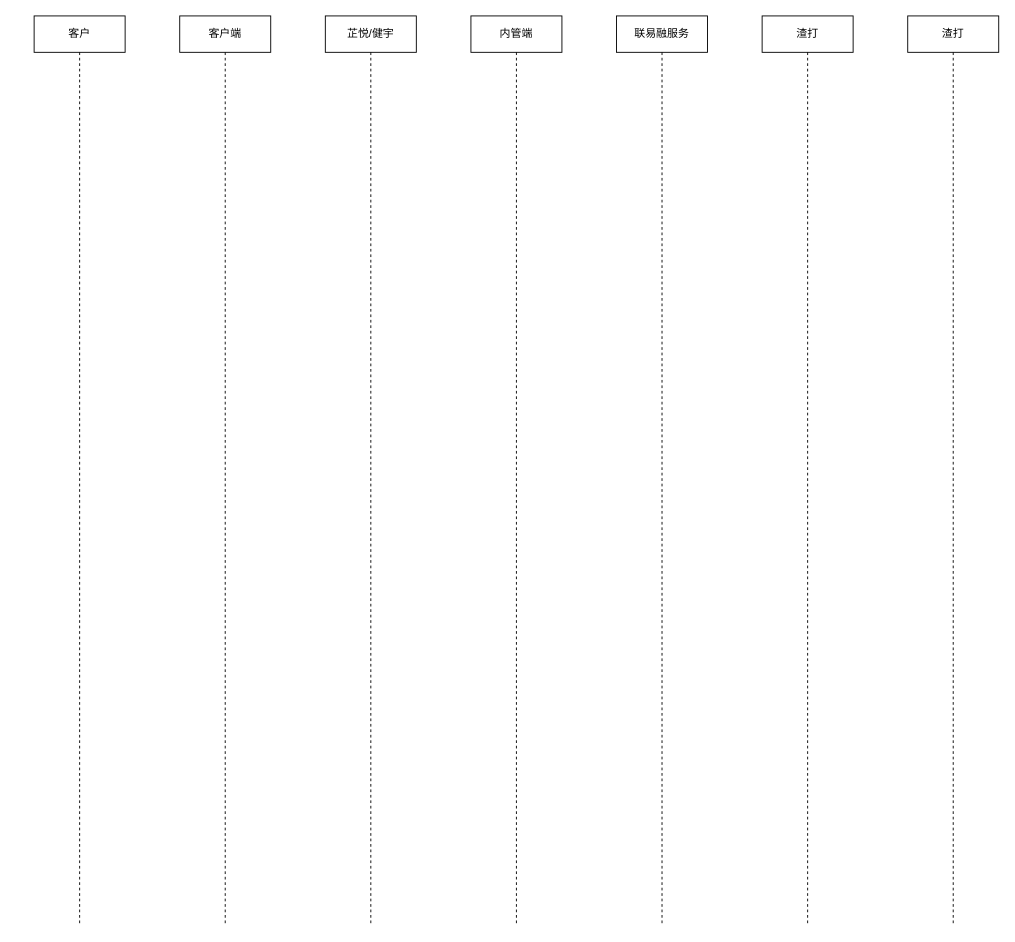
Earlier version of the draw.io diagram LLSI/账户开户状态.drawio (0573xieguojia/To-program). Source tidied: cells renumbered, new cells numbered last; positions are measured from the earlier drawing's top-left corner, leaving out a move shared by most shapes. Both pictures are drawn from the tidied source at 91%, with x=0, y=0 at pixel (34, 15).
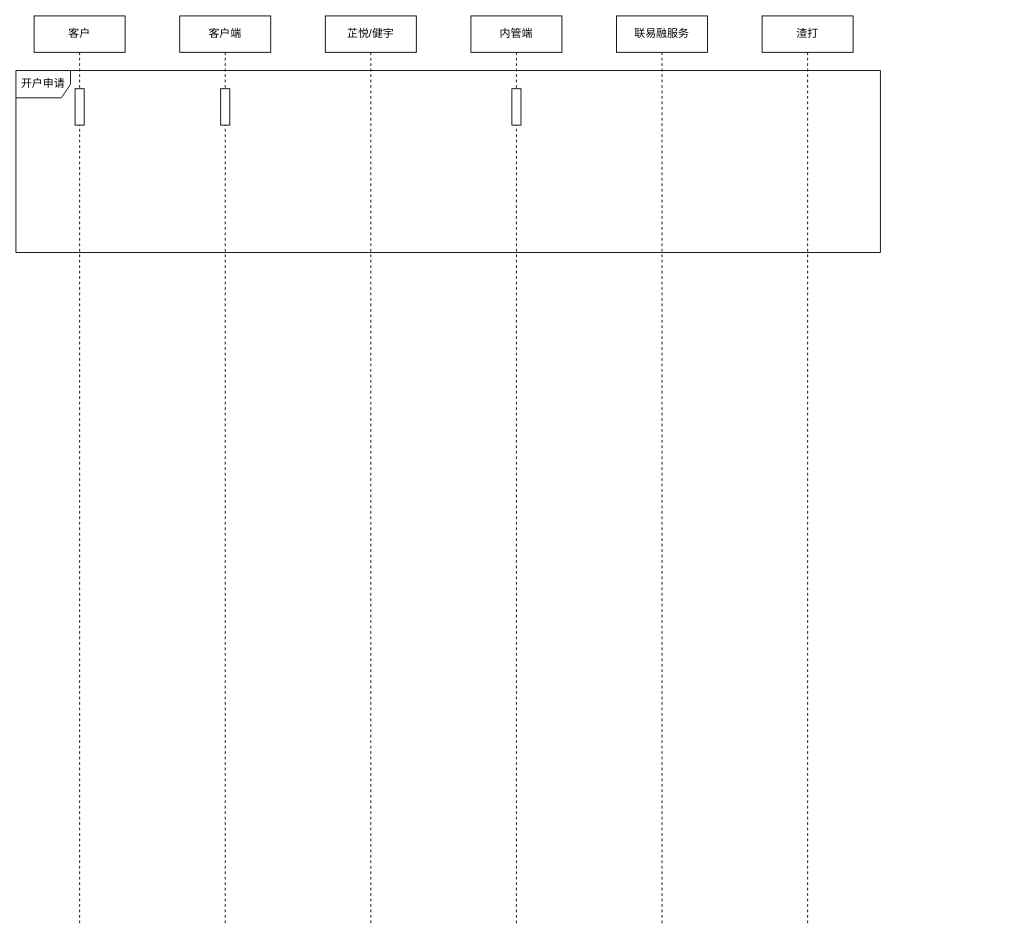
The same page after the edit.

Commit message (it also covers changes not shown here):
更新账户开户状态.drawio

What changed in the source:
```diff
@@
 <mxGraphModel>
   <root>
     <mxCell id="0" />
     <mxCell id="1" parent="0" />
     <mxCell id="2" value="客户" style="shape=umlLifeline;perimeter=lifelinePerimeter;whiteSpace=wrap;html=1;newEdgeStyle={&quot;edgeStyle&quot;:&quot;elbowEdgeStyle&quot;,&quot;elbow&quot;:&quot;vertical&quot;,&quot;curved&quot;:0,&quot;rounded&quot;:0};" parent="1" vertex="1">
       <mxGeometry width="100" height="1000" as="geometry" />
     </mxCell>
+    <mxCell id="9" style="html=1;perimeter=orthogonalPerimeter;targetShapes=umlLifeline;newEdgeStyle={&quot;edgeStyle&quot;:&quot;elbowEdgeStyle&quot;,&quot;elbow&quot;:&quot;vertical&quot;,&quot;curved&quot;:0,&quot;rounded&quot;:0};" parent="2" vertex="1">
+      <mxGeometry x="45" y="80" width="10" height="40" as="geometry" />
+    </mxCell>
     <mxCell id="3" value="客户端" style="shape=umlLifeline;perimeter=lifelinePerimeter;whiteSpace=wrap;html=1;newEdgeStyle={&quot;edgeStyle&quot;:&quot;elbowEdgeStyle&quot;,&quot;elbow&quot;:&quot;vertical&quot;,&quot;curved&quot;:0,&quot;rounded&quot;:0};" parent="1" vertex="1">
       <mxGeometry x="160" width="100" height="1000" as="geometry" />
     </mxCell>
+    <mxCell id="10" style="html=1;perimeter=orthogonalPerimeter;targetShapes=umlLifeline;newEdgeStyle={&quot;edgeStyle&quot;:&quot;elbowEdgeStyle&quot;,&quot;elbow&quot;:&quot;vertical&quot;,&quot;curved&quot;:0,&quot;rounded&quot;:0};" parent="3" vertex="1">
+      <mxGeometry x="45" y="80" width="10" height="40" as="geometry" />
+    </mxCell>
     <mxCell id="4" value="内管端" style="shape=umlLifeline;perimeter=lifelinePerimeter;whiteSpace=wrap;html=1;newEdgeStyle={&quot;edgeStyle&quot;:&quot;elbowEdgeStyle&quot;,&quot;elbow&quot;:&quot;vertical&quot;,&quot;curved&quot;:0,&quot;rounded&quot;:0};" parent="1" vertex="1">
       <mxGeometry x="480" width="100" height="1000" as="geometry" />
     </mxCell>
+    <mxCell id="11" style="html=1;perimeter=orthogonalPerimeter;targetShapes=umlLifeline;newEdgeStyle={&quot;edgeStyle&quot;:&quot;elbowEdgeStyle&quot;,&quot;elbow&quot;:&quot;vertical&quot;,&quot;curved&quot;:0,&quot;rounded&quot;:0};" parent="4" vertex="1">
+      <mxGeometry x="45" y="80" width="10" height="40" as="geometry" />
+    </mxCell>
     <mxCell id="5" value="联易融服务" style="shape=umlLifeline;perimeter=lifelinePerimeter;whiteSpace=wrap;html=1;newEdgeStyle={&quot;edgeStyle&quot;:&quot;elbowEdgeStyle&quot;,&quot;elbow&quot;:&quot;vertical&quot;,&quot;curved&quot;:0,&quot;rounded&quot;:0};" parent="1" vertex="1">
       <mxGeometry x="640" width="100" height="1000" as="geometry" />
     </mxCell>
     <mxCell id="6" value="渣打" style="shape=umlLifeline;perimeter=lifelinePerimeter;whiteSpace=wrap;html=1;newEdgeStyle={&quot;edgeStyle&quot;:&quot;elbowEdgeStyle&quot;,&quot;elbow&quot;:&quot;vertical&quot;,&quot;curved&quot;:0,&quot;rounded&quot;:0};" parent="1" vertex="1">
       <mxGeometry x="800" width="100" height="1000" as="geometry" />
     </mxCell>
-    <mxCell id="7" value="渣打" style="shape=umlLifeline;perimeter=lifelinePerimeter;whiteSpace=wrap;html=1;newEdgeStyle={&quot;edgeStyle&quot;:&quot;elbowEdgeStyle&quot;,&quot;elbow&quot;:&quot;vertical&quot;,&quot;curved&quot;:0,&quot;rounded&quot;:0};" parent="1" vertex="1">
-      <mxGeometry x="960" width="100" height="1000" as="geometry" />
-    </mxCell>
     <mxCell id="8" value="芷悦/健宇" style="shape=umlLifeline;perimeter=lifelinePerimeter;whiteSpace=wrap;html=1;newEdgeStyle={&quot;edgeStyle&quot;:&quot;elbowEdgeStyle&quot;,&quot;elbow&quot;:&quot;vertical&quot;,&quot;curved&quot;:0,&quot;rounded&quot;:0};" parent="1" vertex="1">
       <mxGeometry x="320" width="100" height="1000" as="geometry" />
     </mxCell>
+    <mxCell id="12" value="开户申请" style="shape=umlFrame;whiteSpace=wrap;html=1;" parent="1" vertex="1">
+      <mxGeometry x="-20" y="60" width="950" height="200" as="geometry" />
+    </mxCell>
   </root>
 </mxGraphModel>
```
